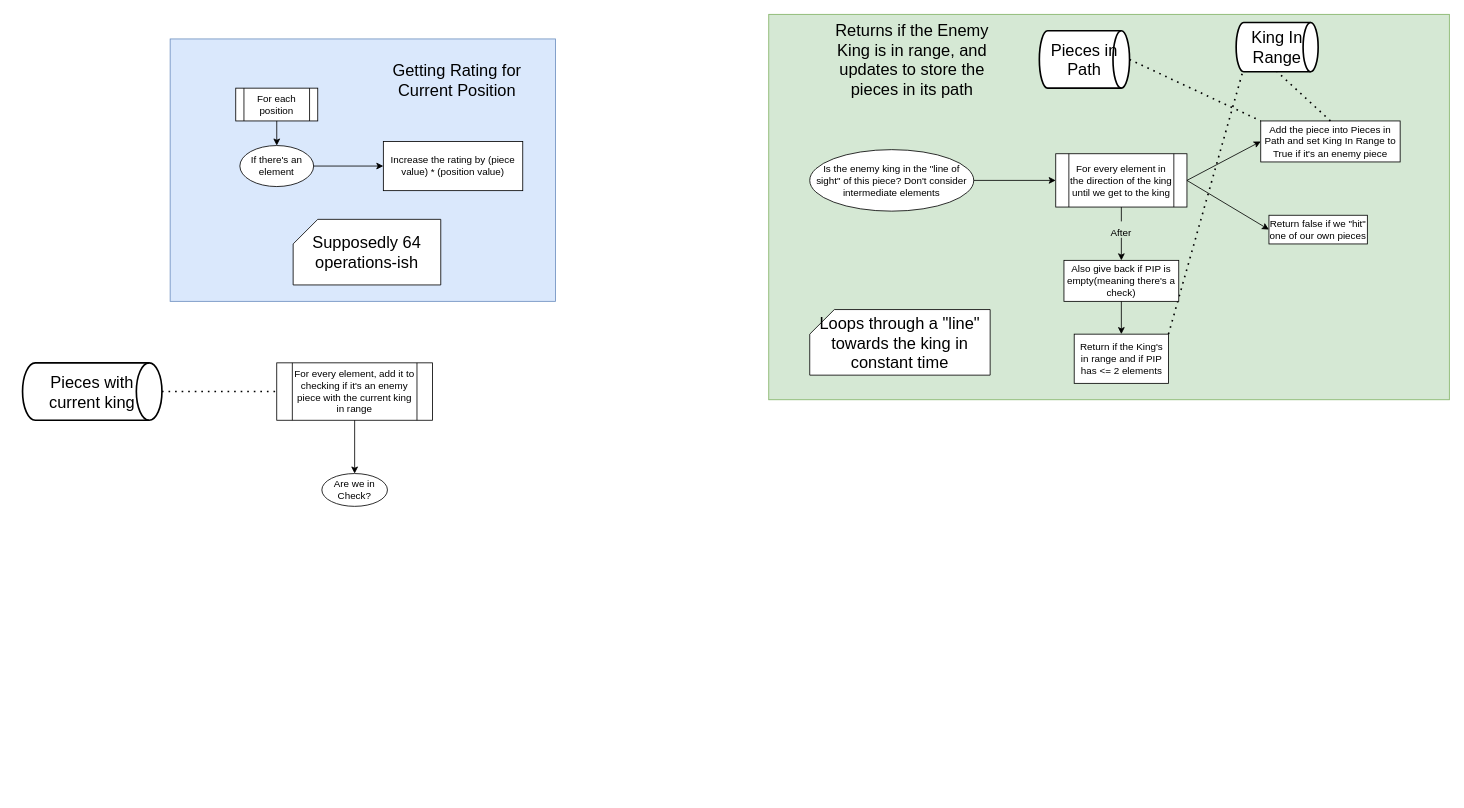
This is page "Moving & Rating" (3 of 3) of bot/Chess_Attempt2_AlgorithmFlowchart.drawio from Trentiumz/Chess, a draw.io file, before an edit. Source tidied: cells renumbered, new cells numbered last; positions are measured from the earlier drawing's top-left corner, leaving out a move shared by most shapes. Both pictures are drawn from the tidied source at 82%, with x=0, y=0 at pixel (22, 14).
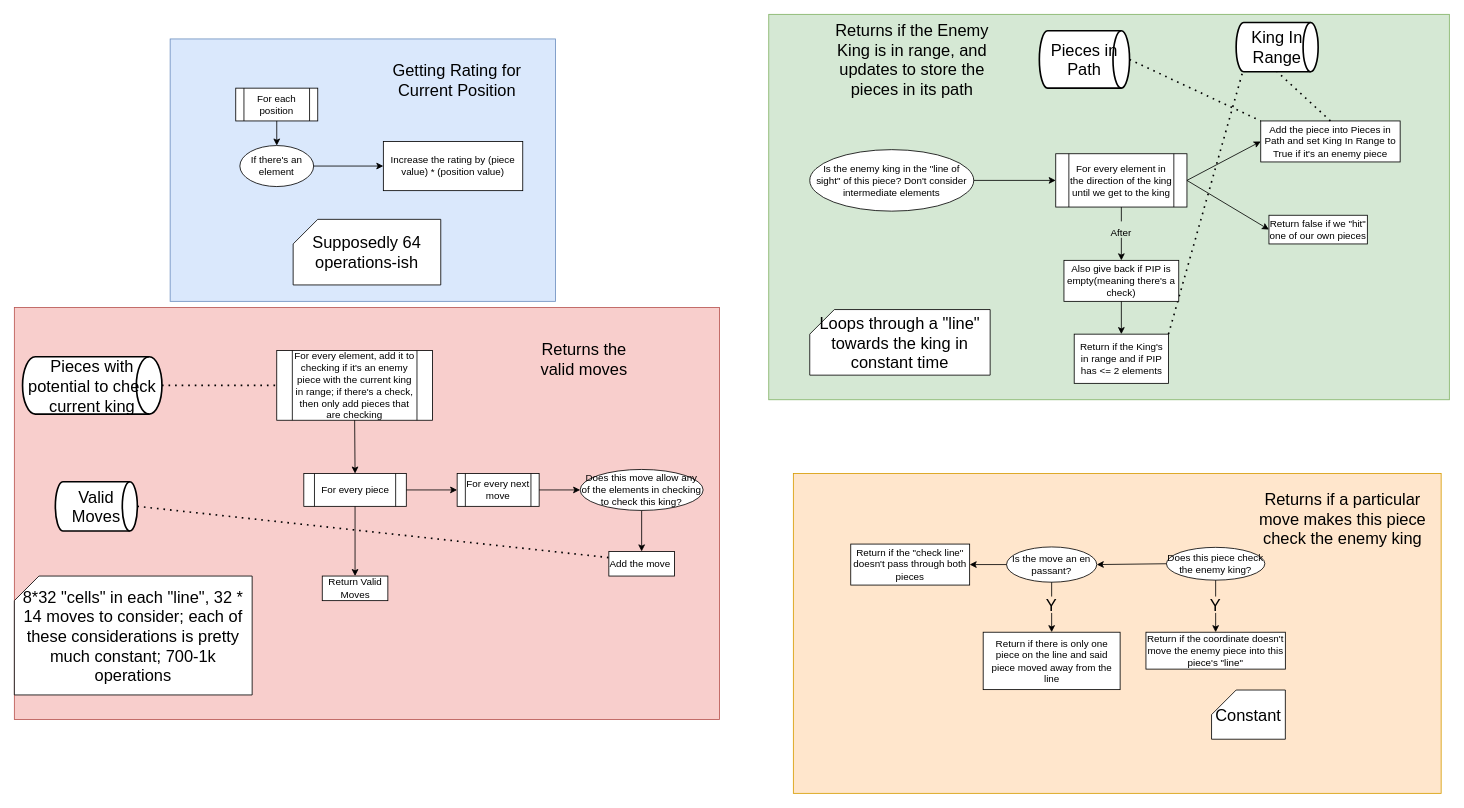
The same diagram, later.

Commit message:
Computing Valid moves

Diff of the diagram source:
```diff
@@
+    <mxCell id="36" style="rounded=0;whiteSpace=wrap;html=1;fontSize=20;fillColor=#f8cecc;strokeColor=#b85450;" parent="1" vertex="1">
+      <mxGeometry x="-10" y="357.5" width="860" height="502.5" as="geometry" />
+    </mxCell>
+    <mxCell id="37" style="endArrow=none;dashed=1;html=1;dashPattern=1 3;strokeWidth=2;fontSize=20;exitX=1;exitY=0.5;exitDx=0;exitDy=0;exitPerimeter=0;entryX=0;entryY=0.25;entryDx=0;entryDy=0;" parent="1" edge="1" source="62" target="60">
+      <mxGeometry relative="1" as="geometry" />
+    </mxCell>
+    <mxCell id="38" style="rounded=0;whiteSpace=wrap;html=1;fontSize=20;fillColor=#ffe6cc;strokeColor=#d79b00;" parent="1" vertex="1">
+      <mxGeometry x="940" y="560" width="790" height="390" as="geometry" />
+    </mxCell>
@@
-    <mxCell id="12" value="For every element, add it to checking if it's an enemy piece with the current king in range" style="shape=process;whiteSpace=wrap;html=1;backgroundOutline=1;" parent="1" vertex="1">
-      <mxGeometry x="310" y="425" width="190" height="70" as="geometry" />
+    <mxCell id="12" value="For every element, add it to checking if it's an enemy piece with the current king in range; if there's a check, then only add pieces that are checking" style="shape=process;whiteSpace=wrap;html=1;backgroundOutline=1;" parent="1" vertex="1">
+      <mxGeometry x="310" y="410" width="190" height="85" as="geometry" />
     </mxCell>
-    <mxCell id="13" value="Pieces with current king" style="strokeWidth=2;html=1;shape=mxgraph.flowchart.direct_data;whiteSpace=wrap;fontSize=20;" parent="1" vertex="1">
-      <mxGeometry y="425" width="170" height="70" as="geometry" />
+    <mxCell id="13" value="Pieces with potential to check current king" style="strokeWidth=2;html=1;shape=mxgraph.flowchart.direct_data;whiteSpace=wrap;fontSize=20;" parent="1" vertex="1">
+      <mxGeometry y="417.5" width="170" height="70" as="geometry" />
     </mxCell>
@@
-    <mxCell id="32" value="Are we in Check?" style="ellipse;whiteSpace=wrap;html=1;" parent="1" vertex="1">
-      <mxGeometry x="365" y="560" width="80" height="40" as="geometry" />
-    </mxCell>
-    <mxCell id="33" style="endArrow=classic;html=1;fontSize=20;exitX=0.5;exitY=1;exitDx=0;exitDy=0;entryX=0.5;entryY=0;entryDx=0;entryDy=0;" parent="1" edge="1" source="12" target="32">
-      <mxGeometry relative="1" as="geometry" />
-    </mxCell>
@@
+    <mxCell id="39" value="Does this piece check the enemy king?" style="ellipse;whiteSpace=wrap;html=1;" parent="1" vertex="1">
+      <mxGeometry x="1395" y="650" width="120" height="40" as="geometry" />
+    </mxCell>
+    <mxCell id="40" value="Return if the coordinate doesn't move the enemy piece into this piece's &quot;line&quot;" style="rounded=0;whiteSpace=wrap;html=1;" parent="1" vertex="1">
+      <mxGeometry x="1370" y="753.5" width="170" height="45" as="geometry" />
+    </mxCell>
+    <mxCell id="41" value="Is the move an en passant?" style="ellipse;whiteSpace=wrap;html=1;" parent="1" vertex="1">
+      <mxGeometry x="1200" y="649.5" width="110" height="43" as="geometry" />
+    </mxCell>
+    <mxCell id="42" value="Return if the &quot;check line&quot; doesn't pass through both pieces" style="rounded=0;whiteSpace=wrap;html=1;" parent="1" vertex="1">
+      <mxGeometry x="1010" y="646" width="145" height="50" as="geometry" />
+    </mxCell>
+    <mxCell id="43" value="Return if there is only one piece on the line and said piece moved away from the line" style="rounded=0;whiteSpace=wrap;html=1;" parent="1" vertex="1">
+      <mxGeometry x="1171.5" y="753.5" width="167" height="70" as="geometry" />
+    </mxCell>
+    <mxCell id="44" style="endArrow=classic;html=1;fontSize=20;exitX=0.5;exitY=1;exitDx=0;exitDy=0;entryX=0.5;entryY=0;entryDx=0;entryDy=0;startArrow=none;" parent="1" edge="1" source="48" target="43">
+      <mxGeometry relative="1" as="geometry" />
+    </mxCell>
+    <mxCell id="45" style="endArrow=classic;html=1;fontSize=20;entryX=0.5;entryY=0;entryDx=0;entryDy=0;exitX=0.5;exitY=1;exitDx=0;exitDy=0;startArrow=none;" parent="1" edge="1" source="52" target="40">
+      <mxGeometry relative="1" as="geometry" />
+    </mxCell>
+    <mxCell id="46" style="endArrow=classic;html=1;fontSize=20;exitX=0;exitY=0.5;exitDx=0;exitDy=0;entryX=1;entryY=0.5;entryDx=0;entryDy=0;" parent="1" edge="1" source="39" target="41">
+      <mxGeometry relative="1" as="geometry" />
+    </mxCell>
+    <mxCell id="47" style="endArrow=classic;html=1;fontSize=20;entryX=1;entryY=0.5;entryDx=0;entryDy=0;exitX=0;exitY=0.5;exitDx=0;exitDy=0;" parent="1" edge="1" source="41" target="42">
+      <mxGeometry relative="1" as="geometry" />
+    </mxCell>
+    <mxCell id="48" value="Y" style="text;html=1;strokeColor=none;fillColor=none;align=center;verticalAlign=middle;whiteSpace=wrap;rounded=0;fontSize=20;" parent="1" vertex="1">
+      <mxGeometry x="1235" y="710" width="40" height="20" as="geometry" />
+    </mxCell>
+    <mxCell id="49" style="endArrow=none;html=1;fontSize=20;exitX=0.5;exitY=1;exitDx=0;exitDy=0;entryX=0.5;entryY=0;entryDx=0;entryDy=0;" parent="1" edge="1" source="41" target="48">
+      <mxGeometry relative="1" as="geometry" />
+    </mxCell>
+    <mxCell id="50" value="Returns if a particular move makes this piece check the enemy king" style="text;html=1;strokeColor=none;fillColor=none;align=center;verticalAlign=middle;whiteSpace=wrap;rounded=0;fontSize=20;" parent="1" vertex="1">
+      <mxGeometry x="1490" y="570" width="240" height="90" as="geometry" />
+    </mxCell>
+    <mxCell id="51" value="Constant" style="shape=card;whiteSpace=wrap;html=1;fontSize=20;" parent="1" vertex="1">
+      <mxGeometry x="1450" y="824" width="90" height="60" as="geometry" />
+    </mxCell>
+    <mxCell id="52" value="Y" style="text;html=1;strokeColor=none;fillColor=none;align=center;verticalAlign=middle;whiteSpace=wrap;rounded=0;fontSize=20;" parent="1" vertex="1">
+      <mxGeometry x="1435" y="710" width="40" height="20" as="geometry" />
+    </mxCell>
+    <mxCell id="53" style="endArrow=none;html=1;fontSize=20;entryX=0.5;entryY=0;entryDx=0;entryDy=0;exitX=0.5;exitY=1;exitDx=0;exitDy=0;" parent="1" edge="1" source="39" target="52">
+      <mxGeometry relative="1" as="geometry" />
+    </mxCell>
+    <mxCell id="54" value="For every piece" style="shape=process;whiteSpace=wrap;html=1;backgroundOutline=1;" parent="1" vertex="1">
+      <mxGeometry x="343" y="560" width="125" height="40" as="geometry" />
+    </mxCell>
+    <mxCell id="55" style="endArrow=classic;html=1;fontSize=20;exitX=0.5;exitY=1;exitDx=0;exitDy=0;entryX=0.5;entryY=0;entryDx=0;entryDy=0;" parent="1" edge="1" source="12" target="54">
+      <mxGeometry relative="1" as="geometry" />
+    </mxCell>
+    <mxCell id="56" value="For every next move" style="shape=process;whiteSpace=wrap;html=1;backgroundOutline=1;" parent="1" vertex="1">
+      <mxGeometry x="530" y="560" width="100" height="40" as="geometry" />
+    </mxCell>
+    <mxCell id="57" style="endArrow=classic;html=1;fontSize=20;exitX=1;exitY=0.5;exitDx=0;exitDy=0;entryX=0;entryY=0.5;entryDx=0;entryDy=0;" parent="1" edge="1" source="54" target="56">
+      <mxGeometry relative="1" as="geometry" />
+    </mxCell>
+    <mxCell id="58" value="Does this move allow any of the elements in checking to check this king?" style="ellipse;whiteSpace=wrap;html=1;" parent="1" vertex="1">
+      <mxGeometry x="680" y="555" width="150" height="50" as="geometry" />
+    </mxCell>
+    <mxCell id="59" style="endArrow=classic;html=1;fontSize=20;exitX=1;exitY=0.5;exitDx=0;exitDy=0;entryX=0;entryY=0.5;entryDx=0;entryDy=0;" parent="1" edge="1" source="56" target="58">
+      <mxGeometry relative="1" as="geometry" />
+    </mxCell>
+    <mxCell id="60" value="Add the move&amp;nbsp;" style="rounded=0;whiteSpace=wrap;html=1;" parent="1" vertex="1">
+      <mxGeometry x="715" y="655" width="80" height="30" as="geometry" />
+    </mxCell>
+    <mxCell id="61" style="endArrow=classic;html=1;fontSize=20;exitX=0.5;exitY=1;exitDx=0;exitDy=0;entryX=0.5;entryY=0;entryDx=0;entryDy=0;" parent="1" edge="1" source="58" target="60">
+      <mxGeometry relative="1" as="geometry" />
+    </mxCell>
+    <mxCell id="62" value="Valid Moves" style="strokeWidth=2;html=1;shape=mxgraph.flowchart.direct_data;whiteSpace=wrap;fontSize=20;" parent="1" vertex="1">
+      <mxGeometry x="40" y="570" width="100" height="60" as="geometry" />
+    </mxCell>
+    <mxCell id="63" value="Return Valid Moves" style="rounded=0;whiteSpace=wrap;html=1;" parent="1" vertex="1">
+      <mxGeometry x="365.5" y="685" width="80" height="30" as="geometry" />
+    </mxCell>
+    <mxCell id="64" style="endArrow=classic;html=1;fontSize=20;exitX=0.5;exitY=1;exitDx=0;exitDy=0;entryX=0.5;entryY=0;entryDx=0;entryDy=0;" parent="1" edge="1" source="54" target="63">
+      <mxGeometry relative="1" as="geometry" />
+    </mxCell>
+    <mxCell id="65" value="Returns the valid moves" style="text;html=1;strokeColor=none;fillColor=none;align=center;verticalAlign=middle;whiteSpace=wrap;rounded=0;fontSize=20;" parent="1" vertex="1">
+      <mxGeometry x="610" y="410" width="150" height="20" as="geometry" />
+    </mxCell>
+    <mxCell id="66" value="8*32 &quot;cells&quot; in each &quot;line&quot;, 32 * 14 moves to consider; each of these considerations is pretty much constant; 700-1k operations" style="shape=card;whiteSpace=wrap;html=1;fontSize=20;" parent="1" vertex="1">
+      <mxGeometry x="-10" y="685" width="290" height="145" as="geometry" />
+    </mxCell>
```
